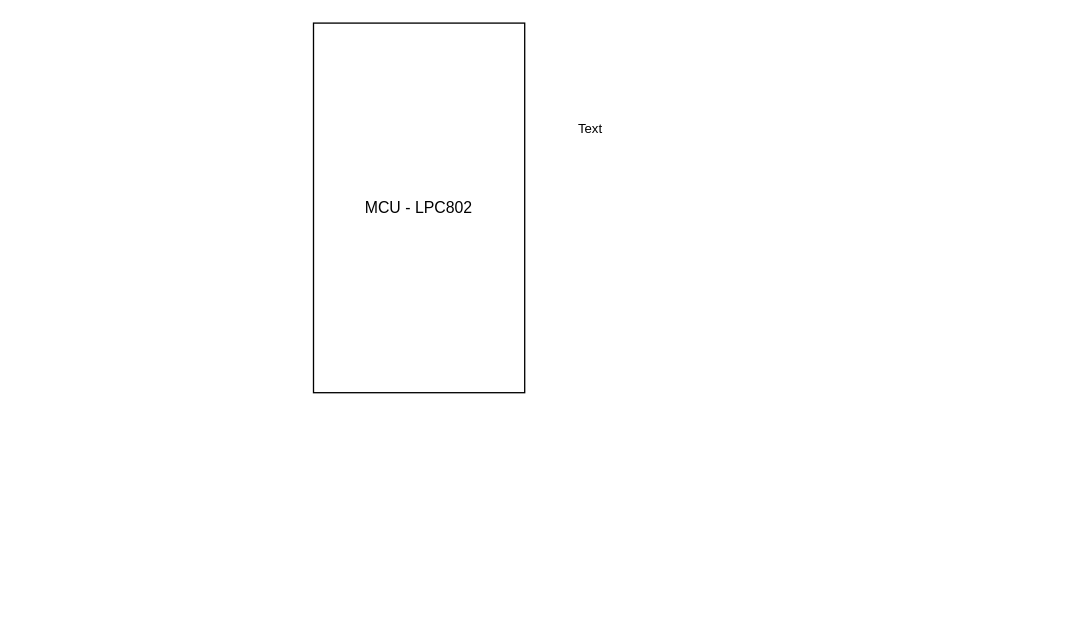
This is EECE403_Block_Diagram.drawio from max-adagio/EECE403_FSS_Project, a draw.io file, before an edit. Source tidied: cells renumbered, new cells numbered last; positions are measured from the earlier drawing's top-left corner, leaving out a move shared by most shapes. Both pictures are drawn from the tidied source at 132%, with x=0, y=0 at pixel (313, 22).
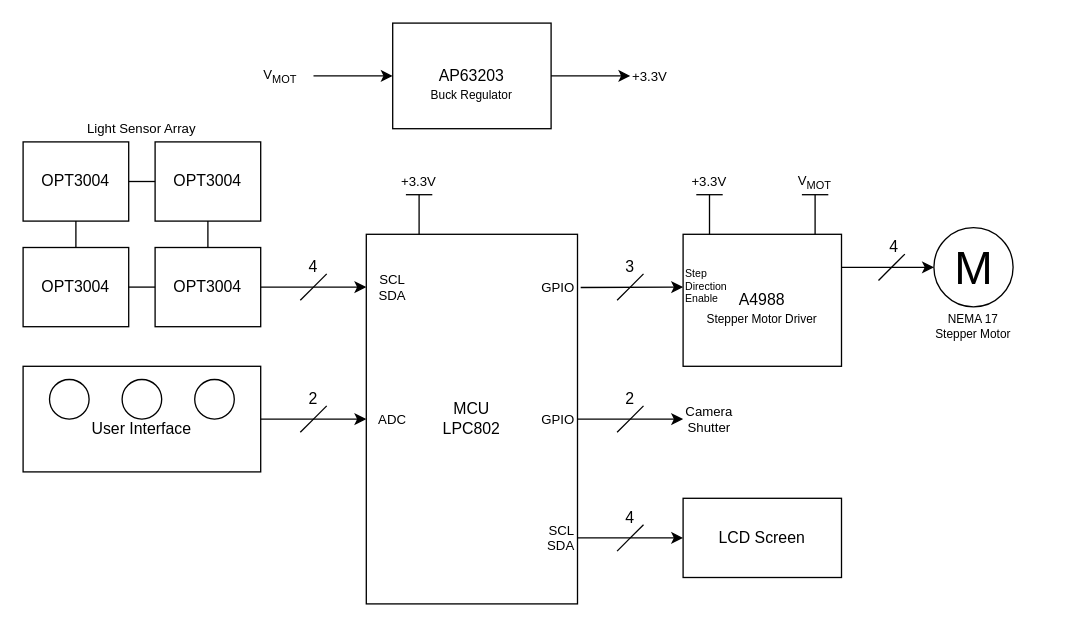
The same page after the edit.

Commit message:
Block Diagram draft 1

Change to the diagram source:
```diff
@@
-    <mxCell id="2" value="MCU - LPC802" style="rounded=0;whiteSpace=wrap;html=1;" parent="1" vertex="1">
-      <mxGeometry width="160" height="280" as="geometry" />
+    <mxCell id="2" value="MCU&lt;div&gt;LPC802&lt;/div&gt;" style="rounded=0;whiteSpace=wrap;html=1;" parent="1" vertex="1">
+      <mxGeometry x="40" y="160" width="160" height="280" as="geometry" />
     </mxCell>
-    <mxCell id="3" value="Text" style="text;html=1;align=center;verticalAlign=middle;whiteSpace=wrap;rounded=0;fontSize=10;" parent="1" vertex="1">
-      <mxGeometry x="190" y="70" width="40" height="20" as="geometry" />
+    <mxCell id="3" value="+3.3V" style="text;html=1;align=center;verticalAlign=middle;whiteSpace=wrap;rounded=0;fontSize=10;" parent="1" vertex="1">
+      <mxGeometry x="240" y="30" width="30" height="20" as="geometry" />
     </mxCell>
+    <mxCell id="4" value="AP63203" style="rounded=0;whiteSpace=wrap;html=1;" parent="1" vertex="1">
+      <mxGeometry x="60" width="120" height="80" as="geometry" />
+    </mxCell>
+    <mxCell id="5" style="endArrow=classic;html=1;rounded=0;exitX=1;exitY=0.5;exitDx=0;exitDy=0;entryX=0;entryY=0.5;entryDx=0;entryDy=0;" parent="1" edge="1" source="4" target="3">
+      <mxGeometry relative="1" as="geometry" />
+    </mxCell>
+    <mxCell id="6" style="endArrow=classic;html=1;rounded=0;" parent="1" edge="1">
+      <mxGeometry relative="1" as="geometry">
+        <mxPoint y="40" as="sourcePoint" />
+        <mxPoint x="60" y="40" as="targetPoint" />
+      </mxGeometry>
+    </mxCell>
+    <mxCell id="7" value="V&lt;sub&gt;MOT&lt;/sub&gt;" style="text;html=1;align=center;verticalAlign=middle;whiteSpace=wrap;rounded=0;fontSize=10;" parent="1" vertex="1">
+      <mxGeometry x="-50" y="30" width="50" height="20" as="geometry" />
+    </mxCell>
+    <mxCell id="8" value="Buck Regulator" style="text;html=1;align=center;verticalAlign=middle;whiteSpace=wrap;rounded=0;fontSize=9;" parent="1" vertex="1">
+      <mxGeometry x="60" y="40" width="120" height="30" as="geometry" />
+    </mxCell>
+    <mxCell id="9" value="+3.3V" style="text;html=1;align=center;verticalAlign=middle;whiteSpace=wrap;rounded=0;fontSize=10;" parent="1" vertex="1">
+      <mxGeometry x="60" y="110" width="40" height="20" as="geometry" />
+    </mxCell>
+    <mxCell id="10" style="endArrow=none;html=1;rounded=0;" parent="1" edge="1">
+      <mxGeometry relative="1" as="geometry">
+        <mxPoint x="70" y="130" as="sourcePoint" />
+        <mxPoint x="90" y="130" as="targetPoint" />
+        <Array as="points">
+          <mxPoint x="82.5" y="130" />
+        </Array>
+      </mxGeometry>
+    </mxCell>
+    <mxCell id="11" style="endArrow=none;html=1;rounded=0;exitX=0.25;exitY=0;exitDx=0;exitDy=0;" parent="1" edge="1" source="2">
+      <mxGeometry relative="1" as="geometry">
+        <mxPoint x="80" y="130" as="targetPoint" />
+      </mxGeometry>
+    </mxCell>
+    <mxCell id="12" value="A4988" style="rounded=0;whiteSpace=wrap;html=1;" parent="1" vertex="1">
+      <mxGeometry x="280" y="160" width="120" height="100" as="geometry" />
+    </mxCell>
+    <mxCell id="13" value="&lt;font&gt;Stepper Motor Driver&lt;/font&gt;" style="text;html=1;align=center;verticalAlign=middle;whiteSpace=wrap;rounded=0;fontSize=9;" parent="1" vertex="1">
+      <mxGeometry x="280" y="210" width="120" height="30" as="geometry" />
+    </mxCell>
+    <mxCell id="14" value="+3.3V" style="text;html=1;align=center;verticalAlign=middle;whiteSpace=wrap;rounded=0;fontSize=10;" parent="1" vertex="1">
+      <mxGeometry x="280" y="110" width="40" height="20" as="geometry" />
+    </mxCell>
+    <mxCell id="15" style="endArrow=none;html=1;rounded=0;" parent="1" edge="1">
+      <mxGeometry relative="1" as="geometry">
+        <mxPoint x="290" y="130" as="sourcePoint" />
+        <mxPoint x="310" y="130" as="targetPoint" />
+        <Array as="points">
+          <mxPoint x="302.5" y="130" />
+        </Array>
+      </mxGeometry>
+    </mxCell>
+    <mxCell id="16" style="endArrow=none;html=1;rounded=0;exitX=0.25;exitY=0;exitDx=0;exitDy=0;" parent="1" edge="1">
+      <mxGeometry relative="1" as="geometry">
+        <mxPoint x="300" y="160" as="sourcePoint" />
+        <mxPoint x="300" y="130" as="targetPoint" />
+      </mxGeometry>
+    </mxCell>
+    <mxCell id="17" value="V&lt;sub&gt;MOT&lt;/sub&gt;" style="text;html=1;align=center;verticalAlign=middle;whiteSpace=wrap;rounded=0;fontSize=10;" parent="1" vertex="1">
+      <mxGeometry x="360" y="110" width="40" height="20" as="geometry" />
+    </mxCell>
+    <mxCell id="18" style="endArrow=none;html=1;rounded=0;" parent="1" edge="1">
+      <mxGeometry relative="1" as="geometry">
+        <mxPoint x="370" y="130" as="sourcePoint" />
+        <mxPoint x="390" y="130" as="targetPoint" />
+        <Array as="points">
+          <mxPoint x="382.5" y="130" />
+        </Array>
+      </mxGeometry>
+    </mxCell>
+    <mxCell id="19" style="endArrow=none;html=1;rounded=0;exitX=0.25;exitY=0;exitDx=0;exitDy=0;" parent="1" edge="1">
+      <mxGeometry relative="1" as="geometry">
+        <mxPoint x="380" y="160" as="sourcePoint" />
+        <mxPoint x="380" y="130" as="targetPoint" />
+      </mxGeometry>
+    </mxCell>
+    <mxCell id="20" style="endArrow=classic;html=1;rounded=0;entryX=0;entryY=0.5;entryDx=0;entryDy=0;exitX=1.015;exitY=0.144;exitDx=0;exitDy=0;exitPerimeter=0;" parent="1" edge="1" source="2" target="23">
+      <mxGeometry relative="1" as="geometry" />
+    </mxCell>
+    <mxCell id="21" style="endArrow=none;html=1;rounded=0;" parent="1" edge="1">
+      <mxGeometry relative="1" as="geometry">
+        <mxPoint x="230" y="210" as="sourcePoint" />
+        <mxPoint x="250" y="190" as="targetPoint" />
+        <Array as="points">
+          <mxPoint x="240" y="200" />
+        </Array>
+      </mxGeometry>
+    </mxCell>
+    <mxCell id="22" value="3" style="text;html=1;align=center;verticalAlign=middle;whiteSpace=wrap;rounded=0;" parent="1" vertex="1">
+      <mxGeometry x="210" y="170" width="60" height="30" as="geometry" />
+    </mxCell>
+    <mxCell id="23" value="Step&lt;br&gt;Direction&lt;br&gt;Enable" style="text;html=1;align=left;verticalAlign=middle;whiteSpace=wrap;rounded=0;fontSize=8;" parent="1" vertex="1">
+      <mxGeometry x="280" y="185" width="40" height="30" as="geometry" />
+    </mxCell>
+    <mxCell id="24" value="GPIO" style="text;html=1;align=right;verticalAlign=middle;whiteSpace=wrap;rounded=0;fontSize=10;" parent="1" vertex="1">
+      <mxGeometry x="160" y="190" width="40" height="20" as="geometry" />
+    </mxCell>
+    <mxCell id="25" value="M" style="verticalLabelPosition=middle;shadow=0;dashed=0;align=center;html=1;verticalAlign=middle;strokeWidth=1;shape=ellipse;fontSize=35;" parent="1" vertex="1">
+      <mxGeometry x="470" y="155" width="60" height="60" as="geometry" />
+    </mxCell>
+    <mxCell id="26" style="endArrow=classic;html=1;rounded=0;entryX=0;entryY=0.5;entryDx=0;entryDy=0;exitX=1;exitY=0.25;exitDx=0;exitDy=0;" parent="1" edge="1" source="12" target="25">
+      <mxGeometry relative="1" as="geometry" />
+    </mxCell>
+    <mxCell id="27" style="endArrow=none;html=1;rounded=0;" parent="1" edge="1">
+      <mxGeometry relative="1" as="geometry">
+        <mxPoint x="428" y="195" as="sourcePoint" />
+        <mxPoint x="448" y="175" as="targetPoint" />
+        <Array as="points">
+          <mxPoint x="438" y="185" />
+        </Array>
+      </mxGeometry>
+    </mxCell>
+    <mxCell id="28" value="4" style="text;html=1;align=center;verticalAlign=middle;whiteSpace=wrap;rounded=0;" parent="1" vertex="1">
+      <mxGeometry x="410" y="155" width="60" height="30" as="geometry" />
+    </mxCell>
+    <mxCell id="29" value="&lt;font&gt;NEMA 17&lt;/font&gt;&lt;div&gt;&lt;font&gt;Stepper Motor&lt;/font&gt;&lt;/div&gt;" style="text;html=1;align=center;verticalAlign=middle;whiteSpace=wrap;rounded=0;fontSize=9;" parent="1" vertex="1">
+      <mxGeometry x="440" y="215" width="120" height="30" as="geometry" />
+    </mxCell>
+    <mxCell id="30" value="Camera Shutter" style="text;html=1;align=center;verticalAlign=middle;whiteSpace=wrap;rounded=0;fontSize=10;" parent="1" vertex="1">
+      <mxGeometry x="280" y="290" width="40" height="20" as="geometry" />
+    </mxCell>
+    <mxCell id="31" style="endArrow=classic;html=1;rounded=0;exitX=1;exitY=0.5;exitDx=0;exitDy=0;entryX=0;entryY=0.5;entryDx=0;entryDy=0;" parent="1" edge="1" target="30">
+      <mxGeometry relative="1" as="geometry">
+        <mxPoint x="200" y="300" as="sourcePoint" />
+      </mxGeometry>
+    </mxCell>
+    <mxCell id="32" value="GPIO" style="text;html=1;align=right;verticalAlign=middle;whiteSpace=wrap;rounded=0;fontSize=10;" parent="1" vertex="1">
+      <mxGeometry x="160" y="290" width="40" height="20" as="geometry" />
+    </mxCell>
+    <mxCell id="33" style="endArrow=classic;html=1;rounded=0;exitX=1;exitY=0.5;exitDx=0;exitDy=0;entryX=0;entryY=0.5;entryDx=0;entryDy=0;" parent="1" edge="1">
+      <mxGeometry relative="1" as="geometry">
+        <mxPoint x="200" y="390" as="sourcePoint" />
+        <mxPoint x="280" y="390" as="targetPoint" />
+      </mxGeometry>
+    </mxCell>
+    <mxCell id="34" value="SCL&lt;br&gt;SDA" style="text;html=1;align=right;verticalAlign=middle;whiteSpace=wrap;rounded=0;fontSize=10;" parent="1" vertex="1">
+      <mxGeometry x="160" y="380" width="40" height="20" as="geometry" />
+    </mxCell>
+    <mxCell id="35" value="SCL&lt;br&gt;SDA" style="text;html=1;align=center;verticalAlign=middle;whiteSpace=wrap;rounded=0;fontSize=10;" parent="1" vertex="1">
+      <mxGeometry x="40" y="190" width="40" height="20" as="geometry" />
+    </mxCell>
+    <mxCell id="36" style="endArrow=classic;html=1;rounded=0;exitX=1;exitY=0.5;exitDx=0;exitDy=0;entryX=0;entryY=0.5;entryDx=0;entryDy=0;" parent="1" edge="1" target="35">
+      <mxGeometry relative="1" as="geometry">
+        <mxPoint x="-40" y="200" as="sourcePoint" />
+      </mxGeometry>
+    </mxCell>
+    <mxCell id="37" style="endArrow=none;html=1;rounded=0;" parent="1" edge="1">
+      <mxGeometry relative="1" as="geometry">
+        <mxPoint x="-10" y="210" as="sourcePoint" />
+        <mxPoint x="10" y="190" as="targetPoint" />
+        <Array as="points">
+          <mxPoint y="200" />
+        </Array>
+      </mxGeometry>
+    </mxCell>
+    <mxCell id="38" value="4" style="text;html=1;align=center;verticalAlign=middle;whiteSpace=wrap;rounded=0;" parent="1" vertex="1">
+      <mxGeometry x="-30" y="170" width="60" height="30" as="geometry" />
+    </mxCell>
+    <mxCell id="39" value="OPT3004" style="rounded=0;whiteSpace=wrap;html=1;" parent="1" vertex="1">
+      <mxGeometry x="-120" y="170" width="80" height="60" as="geometry" />
+    </mxCell>
+    <mxCell id="40" value="OPT3004" style="rounded=0;whiteSpace=wrap;html=1;" parent="1" vertex="1">
+      <mxGeometry x="-220" y="170" width="80" height="60" as="geometry" />
+    </mxCell>
+    <mxCell id="41" value="OPT3004" style="rounded=0;whiteSpace=wrap;html=1;" parent="1" vertex="1">
+      <mxGeometry x="-120" y="90" width="80" height="60" as="geometry" />
+    </mxCell>
+    <mxCell id="42" value="OPT3004" style="rounded=0;whiteSpace=wrap;html=1;" parent="1" vertex="1">
+      <mxGeometry x="-220" y="90" width="80" height="60" as="geometry" />
+    </mxCell>
+    <mxCell id="43" style="endArrow=none;html=1;rounded=0;entryX=0.5;entryY=1;entryDx=0;entryDy=0;exitX=0.5;exitY=0;exitDx=0;exitDy=0;" parent="1" edge="1" source="39" target="41">
+      <mxGeometry relative="1" as="geometry" />
+    </mxCell>
+    <mxCell id="44" style="endArrow=none;html=1;rounded=0;entryX=0;entryY=0.5;entryDx=0;entryDy=0;exitX=1;exitY=0.5;exitDx=0;exitDy=0;" parent="1" edge="1" source="42" target="41">
+      <mxGeometry relative="1" as="geometry" />
+    </mxCell>
+    <mxCell id="45" style="endArrow=none;html=1;rounded=0;entryX=0.5;entryY=1;entryDx=0;entryDy=0;exitX=0.5;exitY=0;exitDx=0;exitDy=0;" parent="1" edge="1" source="40" target="42">
+      <mxGeometry relative="1" as="geometry" />
+    </mxCell>
+    <mxCell id="46" style="endArrow=none;html=1;rounded=0;entryX=0;entryY=0.5;entryDx=0;entryDy=0;exitX=1;exitY=0.5;exitDx=0;exitDy=0;" parent="1" edge="1" source="40" target="39">
+      <mxGeometry relative="1" as="geometry" />
+    </mxCell>
+    <mxCell id="47" value="Light Sensor Array" style="text;html=1;align=center;verticalAlign=middle;whiteSpace=wrap;rounded=0;fontSize=10;" parent="1" vertex="1">
+      <mxGeometry x="-190" y="70" width="120" height="20" as="geometry" />
+    </mxCell>
+    <mxCell id="48" value="LCD Screen" style="rounded=0;whiteSpace=wrap;html=1;" parent="1" vertex="1">
+      <mxGeometry x="280" y="360" width="120" height="60" as="geometry" />
+    </mxCell>
+    <mxCell id="49" style="endArrow=none;html=1;rounded=0;" parent="1" edge="1">
+      <mxGeometry relative="1" as="geometry">
+        <mxPoint x="230" y="400" as="sourcePoint" />
+        <mxPoint x="250" y="380" as="targetPoint" />
+        <Array as="points">
+          <mxPoint x="240" y="390" />
+        </Array>
+      </mxGeometry>
+    </mxCell>
+    <mxCell id="50" value="4" style="text;html=1;align=center;verticalAlign=middle;whiteSpace=wrap;rounded=0;" parent="1" vertex="1">
+      <mxGeometry x="210" y="360" width="60" height="30" as="geometry" />
+    </mxCell>
+    <mxCell id="51" style="endArrow=classic;html=1;rounded=0;exitX=1;exitY=0.5;exitDx=0;exitDy=0;entryX=0;entryY=0.5;entryDx=0;entryDy=0;" parent="1" edge="1">
+      <mxGeometry relative="1" as="geometry">
+        <mxPoint x="-40" y="300" as="sourcePoint" />
+        <mxPoint x="40" y="300" as="targetPoint" />
+      </mxGeometry>
+    </mxCell>
+    <mxCell id="52" style="endArrow=none;html=1;rounded=0;" parent="1" edge="1">
+      <mxGeometry relative="1" as="geometry">
+        <mxPoint x="-10" y="310" as="sourcePoint" />
+        <mxPoint x="10" y="290" as="targetPoint" />
+        <Array as="points">
+          <mxPoint y="300" />
+        </Array>
+      </mxGeometry>
+    </mxCell>
+    <mxCell id="53" value="2" style="text;html=1;align=center;verticalAlign=middle;whiteSpace=wrap;rounded=0;" parent="1" vertex="1">
+      <mxGeometry x="-30" y="270" width="60" height="30" as="geometry" />
+    </mxCell>
+    <mxCell id="54" value="&lt;div&gt;&lt;br&gt;&lt;/div&gt;User Interface" style="rounded=0;whiteSpace=wrap;html=1;" parent="1" vertex="1">
+      <mxGeometry x="-220" y="260" width="180" height="80" as="geometry" />
+    </mxCell>
+    <mxCell id="55" style="ellipse;whiteSpace=wrap;html=1;" parent="1" vertex="1">
+      <mxGeometry x="-200" y="270" width="30" height="30" as="geometry" />
+    </mxCell>
+    <mxCell id="56" style="ellipse;whiteSpace=wrap;html=1;" parent="1" vertex="1">
+      <mxGeometry x="-145" y="270" width="30" height="30" as="geometry" />
+    </mxCell>
+    <mxCell id="57" style="ellipse;whiteSpace=wrap;html=1;" parent="1" vertex="1">
+      <mxGeometry x="-90" y="270" width="30" height="30" as="geometry" />
+    </mxCell>
+    <mxCell id="58" value="ADC" style="text;html=1;align=center;verticalAlign=middle;whiteSpace=wrap;rounded=0;fontSize=10;" parent="1" vertex="1">
+      <mxGeometry x="40" y="290" width="40" height="20" as="geometry" />
+    </mxCell>
+    <mxCell id="59" style="endArrow=none;html=1;rounded=0;" parent="1" edge="1">
+      <mxGeometry relative="1" as="geometry">
+        <mxPoint x="230" y="310" as="sourcePoint" />
+        <mxPoint x="250" y="290" as="targetPoint" />
+        <Array as="points">
+          <mxPoint x="240" y="300" />
+        </Array>
+      </mxGeometry>
+    </mxCell>
+    <mxCell id="60" value="2" style="text;html=1;align=center;verticalAlign=middle;whiteSpace=wrap;rounded=0;" parent="1" vertex="1">
+      <mxGeometry x="210" y="270" width="60" height="30" as="geometry" />
+    </mxCell>
```
